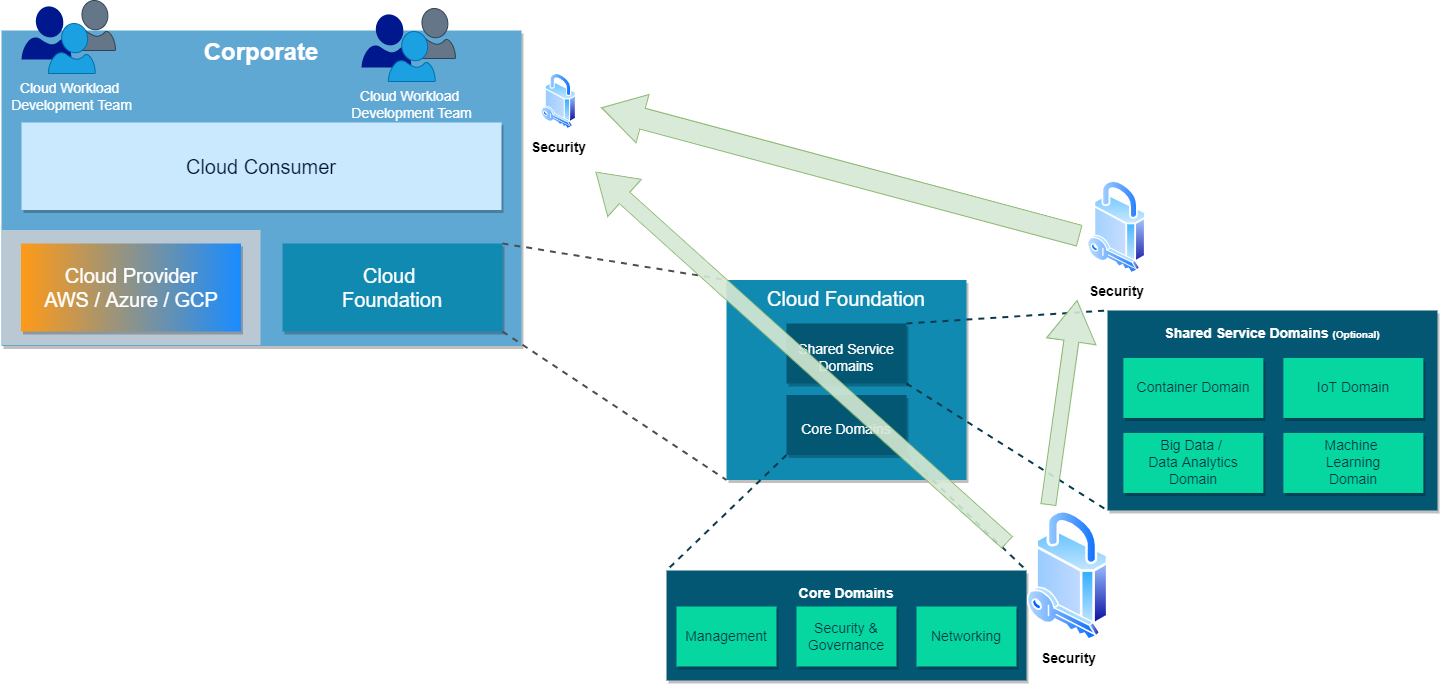
The draw.io diagram static/images/blog/ncfcm/sample_security.png in nuvibit/nuvibit.com, before a commit. Source tidied: cells renumbered, new cells last; positions are measured from the earlier drawing's top-left corner, leaving out a move shared by most shapes.
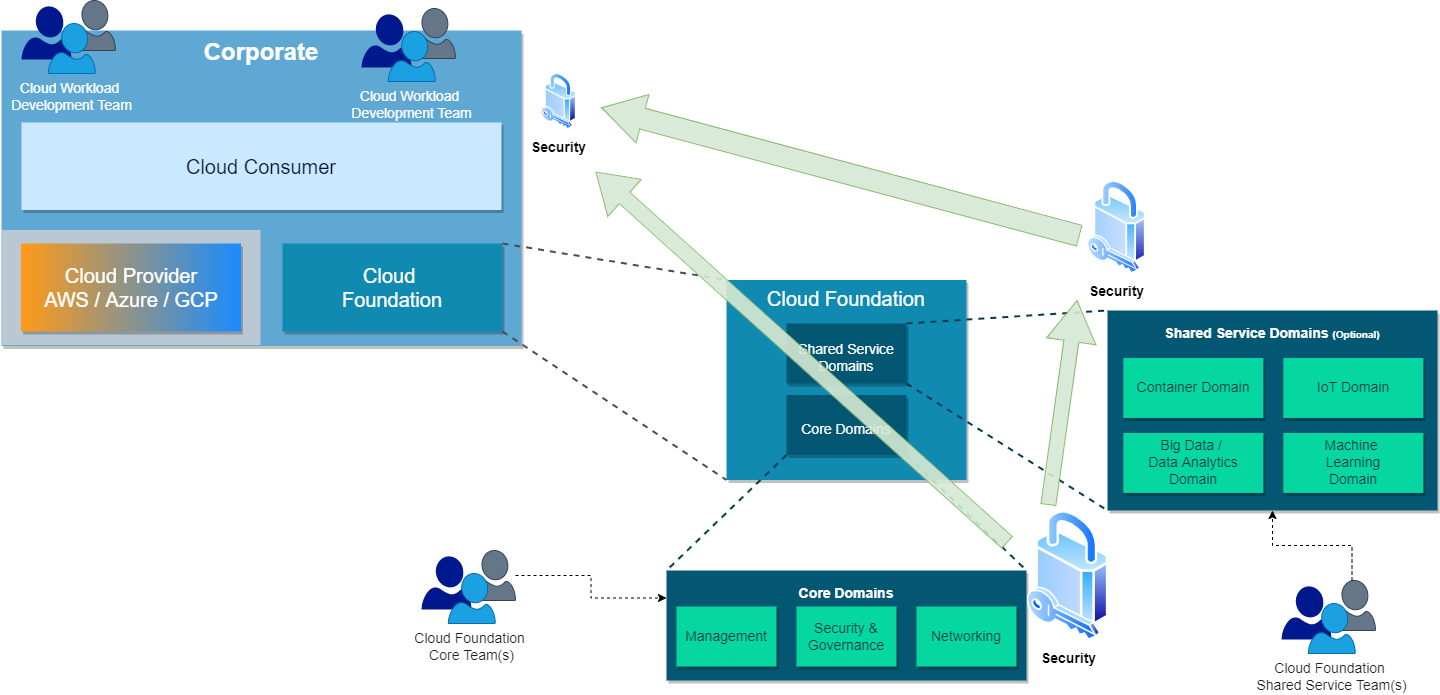
The same file after the commit.

The edit, as a diff of the source:
```diff
@@ -113,5 +113,35 @@
     <mxCell id="38" style="shape=singleArrow;direction=north;whiteSpace=wrap;html=1;fontSize=14;rotation=312;fillColor=#d5e8d4;strokeColor=#82b366;opacity=90;arrowWidth=0.310219165906874;arrowSize=0.06968474328555653;labelBackgroundColor=none;" parent="1" vertex="1">
       <mxGeometry x="775" y="156" width="50" height="553.2" as="geometry" />
     </mxCell>
+    <mxCell id="39" style="group;" parent="1" vertex="1">
+      <mxGeometry x="420" y="626" width="94" height="73" as="geometry" />
+    </mxCell>
+    <mxCell id="40" style="sketch=0;shadow=0;dashed=0;html=1;strokeColor=none;labelPosition=center;verticalLabelPosition=bottom;verticalAlign=top;align=center;fillColor=#00188D;shape=mxgraph.azure.user;fontSize=14;" parent="39" vertex="1">
+      <mxGeometry y="5.8" width="50" height="53.2" as="geometry" />
+    </mxCell>
+    <mxCell id="41" style="sketch=0;shadow=0;dashed=0;html=1;strokeColor=#314354;labelPosition=center;verticalLabelPosition=bottom;verticalAlign=top;align=center;fillColor=#647687;shape=mxgraph.azure.user;fontSize=14;fontColor=#ffffff;" parent="39" vertex="1">
+      <mxGeometry x="47" width="47" height="50" as="geometry" />
+    </mxCell>
+    <mxCell id="42" value="Cloud Foundation &lt;br&gt;Core Team(s)" style="sketch=0;shadow=0;dashed=0;html=1;strokeColor=#006EAF;labelPosition=center;verticalLabelPosition=bottom;verticalAlign=top;align=center;fillColor=#1ba1e2;shape=mxgraph.azure.user;fontSize=14;fontColor=#1F1F1F;" parent="39" vertex="1">
+      <mxGeometry x="26.8" y="23" width="47" height="50" as="geometry" />
+    </mxCell>
+    <mxCell id="43" style="edgeStyle=orthogonalEdgeStyle;rounded=0;jettySize=auto;html=1;fontColor=#1F1F1F;dashed=1;entryX=0;entryY=0.25;entryDx=0;entryDy=0;" parent="1" edge="1" source="41" target="5">
+      <mxGeometry relative="1" as="geometry" />
+    </mxCell>
+    <mxCell id="44" style="group;" parent="1" vertex="1">
+      <mxGeometry x="1280" y="656" width="94" height="73" as="geometry" />
+    </mxCell>
+    <mxCell id="45" style="sketch=0;shadow=0;dashed=0;html=1;strokeColor=none;labelPosition=center;verticalLabelPosition=bottom;verticalAlign=top;align=center;fillColor=#00188D;shape=mxgraph.azure.user;fontSize=14;" parent="44" vertex="1">
+      <mxGeometry y="5.8" width="50" height="53.2" as="geometry" />
+    </mxCell>
+    <mxCell id="46" style="sketch=0;shadow=0;dashed=0;html=1;strokeColor=#314354;labelPosition=center;verticalLabelPosition=bottom;verticalAlign=top;align=center;fillColor=#647687;shape=mxgraph.azure.user;fontSize=14;fontColor=#ffffff;" parent="44" vertex="1">
+      <mxGeometry x="47" width="47" height="50" as="geometry" />
+    </mxCell>
+    <mxCell id="47" value="Cloud Foundation &lt;br&gt;Shared Service Team(s)" style="sketch=0;shadow=0;dashed=0;html=1;strokeColor=#006EAF;labelPosition=center;verticalLabelPosition=bottom;verticalAlign=top;align=center;fillColor=#1ba1e2;shape=mxgraph.azure.user;fontSize=14;fontColor=#1F1F1F;" parent="44" vertex="1">
+      <mxGeometry x="26.8" y="23" width="47" height="50" as="geometry" />
+    </mxCell>
+    <mxCell id="48" style="edgeStyle=orthogonalEdgeStyle;rounded=0;jettySize=auto;html=1;fontColor=#1F1F1F;dashed=1;entryX=0.5;entryY=1;entryDx=0;entryDy=0;" parent="1" edge="1" source="46" target="12">
+      <mxGeometry relative="1" as="geometry" />
+    </mxCell>
   </root>
 </mxGraphModel>
```
